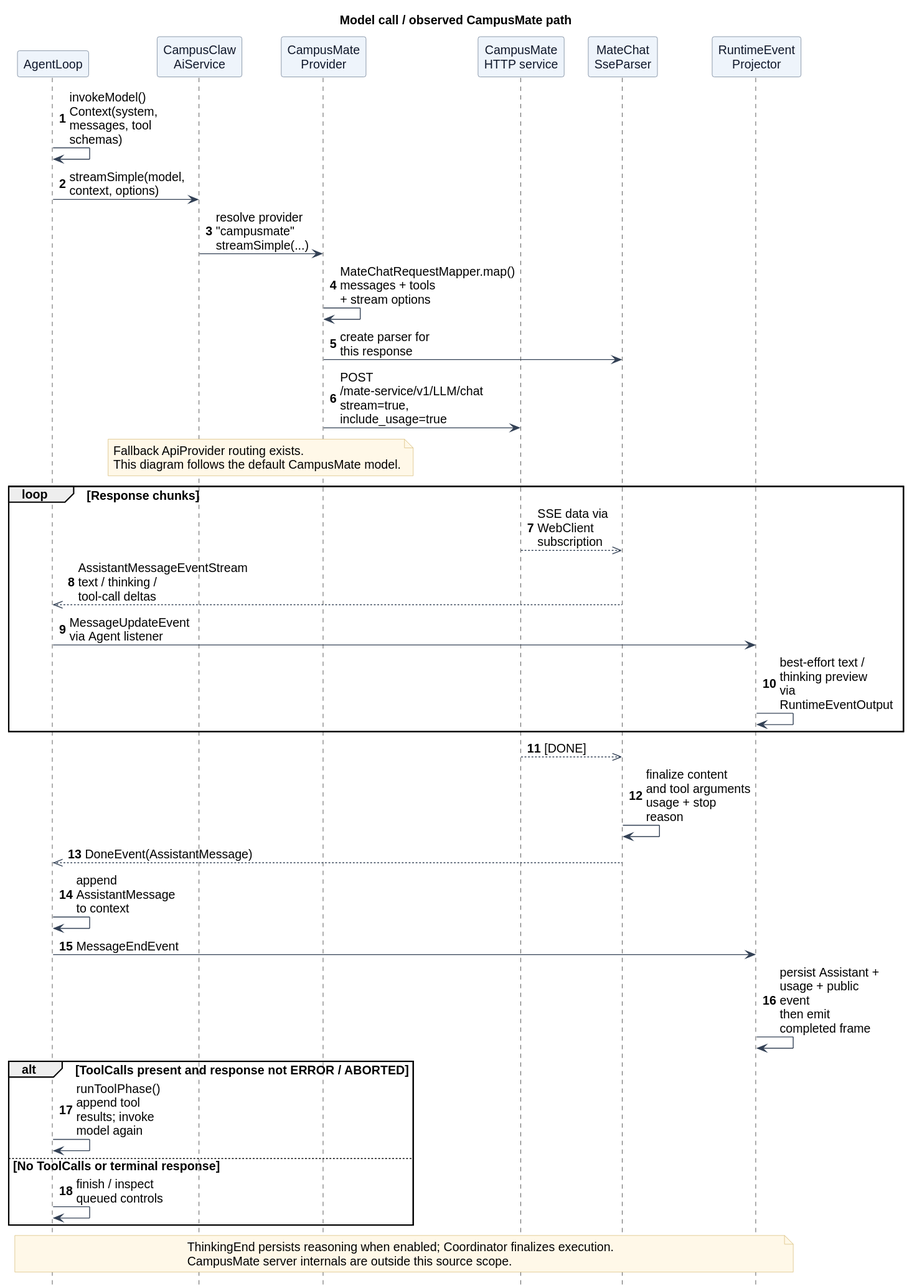
This is 材料/CampusClaw调用链路/model_call.svg from ssm0808/pi-mono-java-design, a PlantUML export, as it was before one commit. The source it was exported from:
```plantuml
@startuml
hide footbox
skinparam backgroundColor #FFFFFF
skinparam defaultFontName Arial
skinparam defaultFontSize 14
skinparam shadowing false
skinparam ArrowColor #334155
skinparam ParticipantBorderColor #64748B
skinparam ParticipantBackgroundColor #EEF4FB
skinparam ParticipantFontColor #0F172A
skinparam NoteBackgroundColor #FFF8E8
skinparam NoteBorderColor #D6BB74
skinparam sequenceMessageAlign left
skinparam maxMessageSize 120
title Model call / observed CampusMate path
autonumber
participant "AgentLoop" as Loop
participant "CampusClaw\nAiService" as AI
participant "CampusMate\nProvider" as Provider
participant "CampusMate\nHTTP service" as Mate
participant "MateChat\nSseParser" as Parser
participant "RuntimeEvent\nProjector" as Projector

Loop -> Loop: invokeModel()\nContext(system, messages, tool schemas)
Loop -> AI: streamSimple(model, context, options)
AI -> Provider: resolve provider "campusmate"\nstreamSimple(...)
Provider -> Provider: MateChatRequestMapper.map()\nmessages + tools + stream options
Provider -> Parser: create parser for this response
Provider -> Mate: POST /mate-service/v1/LLM/chat\nstream=true, include_usage=true
note over AI, Provider
Fallback ApiProvider routing exists.
This diagram follows the default CampusMate model.
end note
loop Response chunks
  Mate -->> Parser: SSE data via WebClient subscription
  Parser -->> Loop: AssistantMessageEventStream\ntext / thinking / tool-call deltas
  Loop -> Projector: MessageUpdateEvent\nvia Agent listener
  Projector -> Projector: best-effort text / thinking preview\nvia RuntimeEventOutput
end
Mate -->> Parser: [DONE]
Parser -> Parser: finalize content and tool arguments\nusage + stop reason
Parser -->> Loop: DoneEvent(AssistantMessage)
Loop -> Loop: append AssistantMessage to context
Loop -> Projector: MessageEndEvent
Projector -> Projector: persist Assistant + usage + public event\nthen emit completed frame
alt ToolCalls present and response not ERROR / ABORTED
  Loop -> Loop: runToolPhase()\nappend tool results; invoke model again
else No ToolCalls or terminal response
  Loop -> Loop: finish / inspect queued controls
end
note over Loop, Projector
ThinkingEnd persists reasoning when enabled; Coordinator finalizes execution.
CampusMate server internals are outside this source scope.
end note
@enduml
```
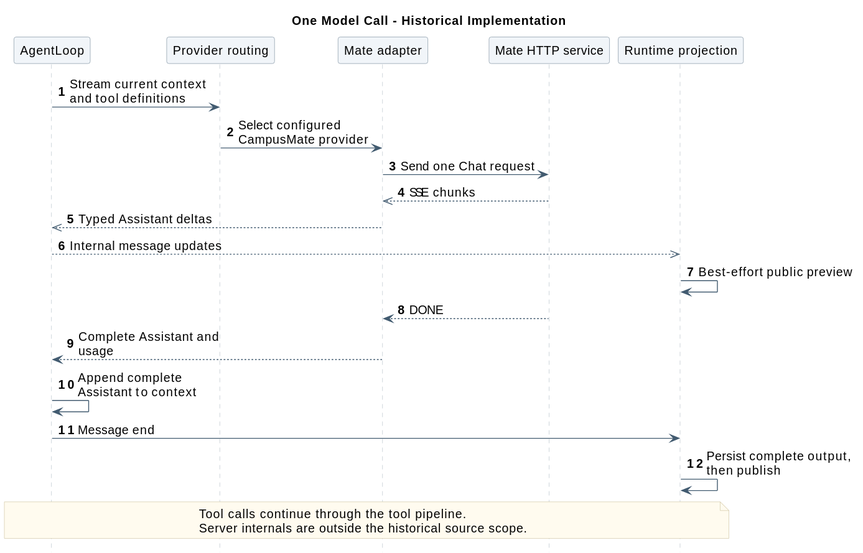
After the commit.

What changed in the source:
```diff
@@ -1,55 +1,41 @@
 @startuml
-hide footbox
-skinparam backgroundColor #FFFFFF
-skinparam defaultFontName Arial
+skinparam backgroundColor white
+skinparam defaultFontName SansSerif
 skinparam defaultFontSize 14
 skinparam shadowing false
-skinparam ArrowColor #334155
-skinparam ParticipantBorderColor #64748B
-skinparam ParticipantBackgroundColor #EEF4FB
-skinparam ParticipantFontColor #0F172A
-skinparam NoteBackgroundColor #FFF8E8
-skinparam NoteBorderColor #D6BB74
 skinparam sequenceMessageAlign left
-skinparam maxMessageSize 120
-title Model call / observed CampusMate path
+skinparam maxMessageSize 180
+skinparam sequenceArrowColor #425B70
+skinparam sequenceLifeLineBorderColor #BAC4CC
+skinparam sequenceParticipantBackgroundColor #F1F5F9
+skinparam sequenceParticipantBorderColor #8496A4
+skinparam sequenceGroupBackgroundColor #FAFBFC
+skinparam sequenceGroupBorderColor #BAC4CC
+skinparam noteBackgroundColor #FFFBEF
+skinparam noteBorderColor #D2C6A5
+hide footbox
 autonumber
-participant "AgentLoop" as Loop
-participant "CampusClaw\nAiService" as AI
-participant "CampusMate\nProvider" as Provider
-participant "CampusMate\nHTTP service" as Mate
-participant "MateChat\nSseParser" as Parser
-participant "RuntimeEvent\nProjector" as Projector
 
-Loop -> Loop: invokeModel()\nContext(system, messages, tool schemas)
-Loop -> AI: streamSimple(model, context, options)
-AI -> Provider: resolve provider "campusmate"\nstreamSimple(...)
-Provider -> Provider: MateChatRequestMapper.map()\nmessages + tools + stream options
-Provider -> Parser: create parser for this response
-Provider -> Mate: POST /mate-service/v1/LLM/chat\nstream=true, include_usage=true
-note over AI, Provider
-Fallback ApiProvider routing exists.
-This diagram follows the default CampusMate model.
-end note
-loop Response chunks
-  Mate -->> Parser: SSE data via WebClient subscription
-  Parser -->> Loop: AssistantMessageEventStream\ntext / thinking / tool-call deltas
-  Loop -> Projector: MessageUpdateEvent\nvia Agent listener
-  Projector -> Projector: best-effort text / thinking preview\nvia RuntimeEventOutput
-end
-Mate -->> Parser: [DONE]
-Parser -> Parser: finalize content and tool arguments\nusage + stop reason
-Parser -->> Loop: DoneEvent(AssistantMessage)
-Loop -> Loop: append AssistantMessage to context
-Loop -> Projector: MessageEndEvent
-Projector -> Projector: persist Assistant + usage + public event\nthen emit completed frame
-alt ToolCalls present and response not ERROR / ABORTED
-  Loop -> Loop: runToolPhase()\nappend tool results; invoke model again
-else No ToolCalls or terminal response
-  Loop -> Loop: finish / inspect queued controls
-end
-note over Loop, Projector
-ThinkingEnd persists reasoning when enabled; Coordinator finalizes execution.
-CampusMate server internals are outside this source scope.
+title One Model Call - Historical Implementation
+participant AgentLoop as Loop
+participant "Provider routing" as Routing
+participant "Mate adapter" as Provider
+participant "Mate HTTP service" as Mate
+participant "Runtime projection" as Projector
+Loop -> Routing : Stream current context and tool definitions
+Routing -> Provider : Select configured CampusMate provider
+Provider -> Mate : Send one Chat request
+Mate -->> Provider : SSE chunks
+Provider -->> Loop : Typed Assistant deltas
+Loop -->> Projector : Internal message updates
+Projector -> Projector : Best-effort public preview
+Mate --> Provider : DONE
+Provider --> Loop : Complete Assistant and usage
+Loop -> Loop : Append complete Assistant to context
+Loop -> Projector : Message end
+Projector -> Projector : Persist complete output, then publish
+note over Loop,Projector
+  Tool calls continue through the tool pipeline.
+  Server internals are outside the historical source scope.
 end note
 @enduml
```
